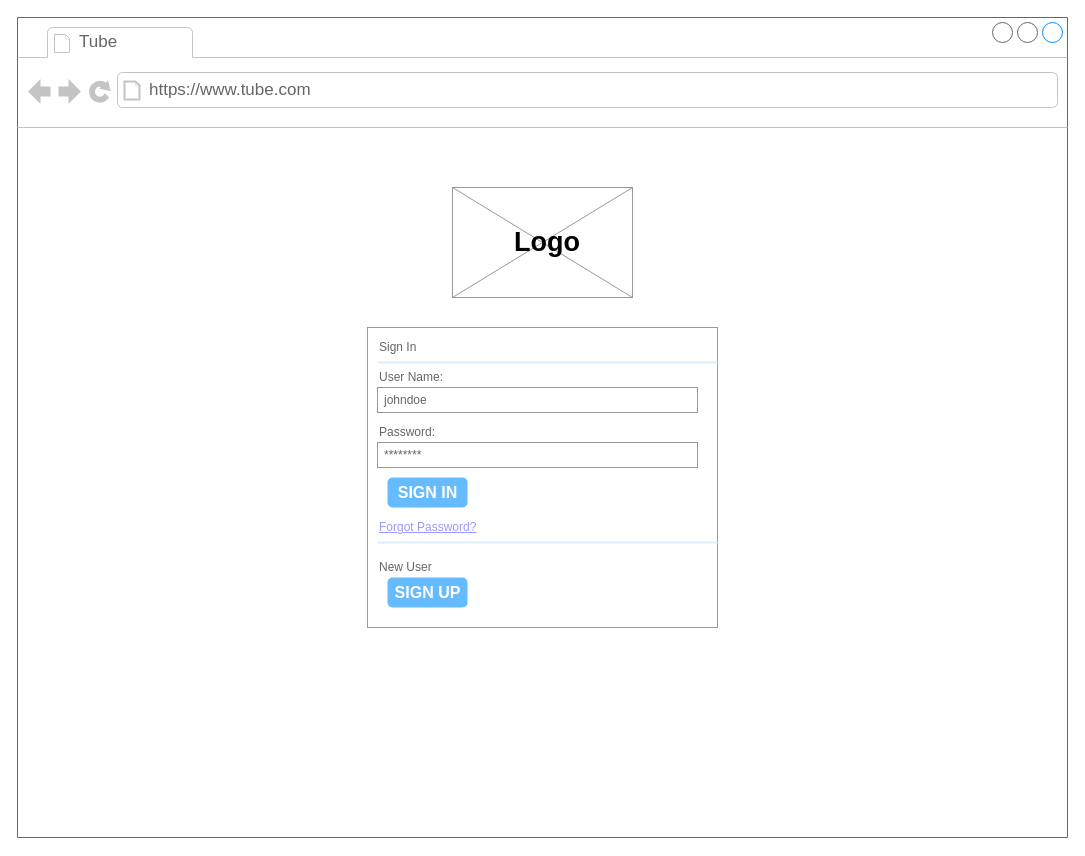
Before: Proyecto/Documentacion/Interfaces/Login.drawio in Victor-martinelli/TADEPD, a draw.io diagram. Source tidied: cells renumbered, new cells numbered last; positions are measured from the earlier drawing's top-left corner, leaving out a move shared by most shapes. Both pictures are drawn from the tidied source at 100%, with x=0, y=0 at pixel (17, 17).
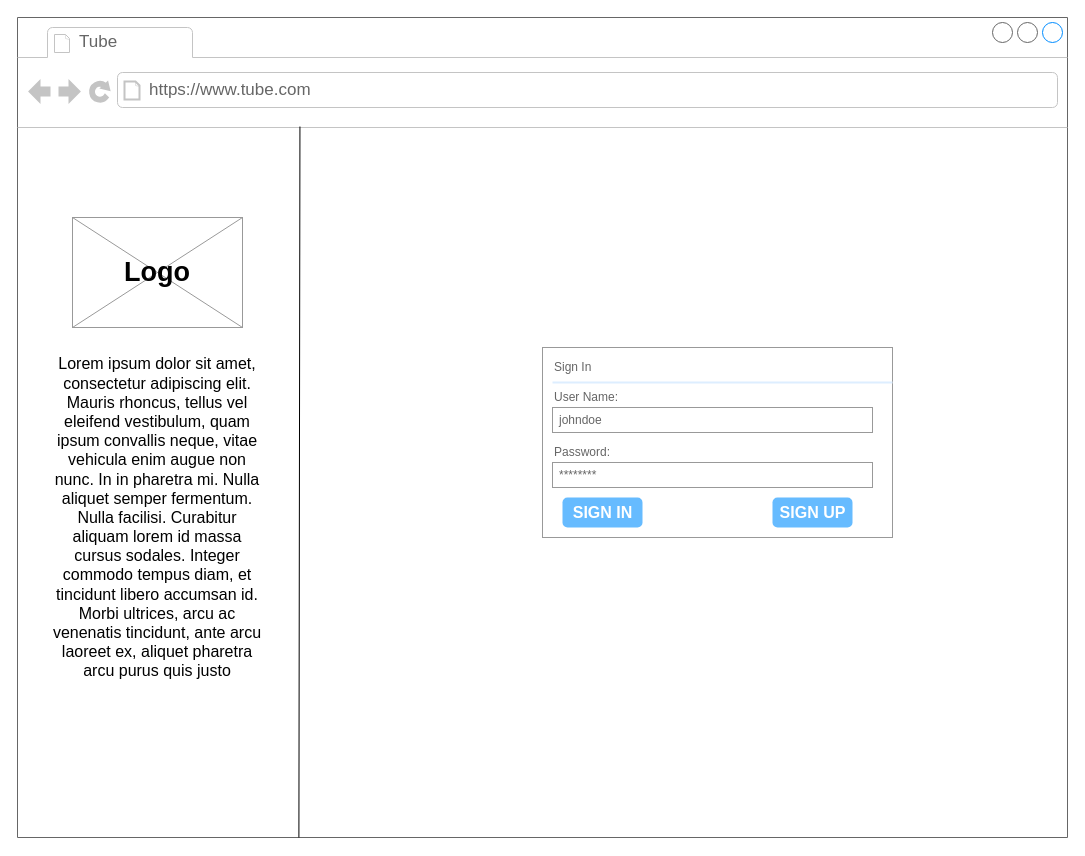
Above is the later version.

The change refers to these unchanged cells:
```xml
<mxCell id="2" style="strokeWidth=1;shadow=0;dashed=0;align=center;html=1;shape=mxgraph.mockup.containers.browserWindow;rSize=0;fillColor=#ffffff;strokeColor=#666666;mainText=,;rounded=0;labelBackgroundColor=none;fontFamily=Verdana;fontSize=12;fontColor=#000000;" parent="1" vertex="1">
  <mxGeometry width="1050" height="820" as="geometry" />
</mxCell>
```

Change to the diagram source:
```diff
@@
     <mxCell id="5" style="verticalLabelPosition=bottom;shadow=0;dashed=0;align=center;html=1;verticalAlign=top;strokeWidth=1;shape=mxgraph.mockup.graphics.simpleIcon;strokeColor=#999999;fillColor=#ffffff;fontSize=16;" parent="2" vertex="1">
-      <mxGeometry x="435" y="170" width="180" height="110" as="geometry" />
+      <mxGeometry x="55" y="200" width="170" height="110" as="geometry" />
     </mxCell>
     <mxCell id="6" value="&lt;div style=&quot;font-size: 27px&quot; align=&quot;center&quot;&gt;&lt;font style=&quot;font-size: 27px&quot;&gt;Logo&lt;/font&gt;&lt;/div&gt;" style="text;html=1;strokeColor=none;fillColor=none;align=left;verticalAlign=middle;whiteSpace=wrap;rounded=0;fontStyle=1;fontSize=18;" parent="2" vertex="1">
-      <mxGeometry x="495" y="215" width="50" height="20" as="geometry" />
+      <mxGeometry x="105" y="245" width="50" height="20" as="geometry" />
     </mxCell>
     <mxCell id="7" style="strokeWidth=1;shadow=0;dashed=0;align=center;html=1;shape=mxgraph.mockup.forms.rrect;rSize=0;strokeColor=#999999;fillColor=#ffffff;labelBackgroundColor=none;fontSize=18;fontColor=#666666;" parent="2" vertex="1">
-      <mxGeometry x="350" y="310" width="350" height="300" as="geometry" />
+      <mxGeometry x="525" y="330" width="350" height="190" as="geometry" />
     </mxCell>
@@
     <mxCell id="14" value="SIGN IN" style="strokeWidth=1;shadow=0;dashed=0;align=center;html=1;shape=mxgraph.mockup.forms.rrect;rSize=5;strokeColor=none;fontColor=#ffffff;fillColor=#66bbff;fontSize=16;fontStyle=1;" parent="7" vertex="1">
       <mxGeometry y="1" width="80" height="30" relative="1" as="geometry">
-        <mxPoint x="20" y="-150" as="offset" />
+        <mxPoint x="20" y="-40" as="offset" />
       </mxGeometry>
     </mxCell>
-    <mxCell id="15" value="Forgot Password?" style="strokeWidth=1;shadow=0;dashed=0;align=center;html=1;shape=mxgraph.mockup.forms.anchor;fontSize=12;fontColor=#9999ff;align=left;spacingLeft=0;fontStyle=4;" parent="7" vertex="1">
-      <mxGeometry y="1" width="262.5" height="20" relative="1" as="geometry">
-        <mxPoint x="10" y="-110" as="offset" />
-      </mxGeometry>
-    </mxCell>
-    <mxCell id="16" style="shape=line;strokeColor=#ddeeff;strokeWidth=2;html=1;" parent="7" vertex="1">
-      <mxGeometry y="1" width="340" height="10" relative="1" as="geometry">
-        <mxPoint x="10" y="-90" as="offset" />
-      </mxGeometry>
-    </mxCell>
-    <mxCell id="17" value="New User" style="strokeWidth=1;shadow=0;dashed=0;align=center;html=1;shape=mxgraph.mockup.forms.anchor;fontSize=12;fontColor=#666666;align=left;spacingLeft=0;" parent="7" vertex="1">
-      <mxGeometry y="1" width="262.5" height="20" relative="1" as="geometry">
-        <mxPoint x="10" y="-70" as="offset" />
-      </mxGeometry>
-    </mxCell>
     <mxCell id="18" value="SIGN UP" style="strokeWidth=1;shadow=0;dashed=0;align=center;html=1;shape=mxgraph.mockup.forms.rrect;rSize=5;strokeColor=none;fontColor=#ffffff;fillColor=#66bbff;fontSize=16;fontStyle=1;" parent="7" vertex="1">
       <mxGeometry y="1" width="80" height="30" relative="1" as="geometry">
-        <mxPoint x="20" y="-50" as="offset" />
+        <mxPoint x="230" y="-40" as="offset" />
       </mxGeometry>
     </mxCell>
+    <mxCell id="19" value="&lt;span&gt;Lorem ipsum dolor sit amet, consectetur adipiscing elit. Mauris rhoncus, tellus vel eleifend vestibulum, quam ipsum convallis neque, vitae vehicula enim augue non nunc. In in pharetra mi. Nulla aliquet semper fermentum. Nulla facilisi. Curabitur aliquam lorem id massa cursus sodales. Integer commodo tempus diam, et tincidunt libero accumsan id. Morbi ultrices, arcu ac venenatis tincidunt, ante arcu laoreet ex, aliquet pharetra arcu purus quis justo&lt;/span&gt;" style="text;html=1;strokeColor=none;fillColor=none;align=center;verticalAlign=middle;whiteSpace=wrap;rounded=0;fontSize=16;" parent="2" vertex="1">
+      <mxGeometry x="30" y="490" width="220" height="20" as="geometry" />
+    </mxCell>
+    <mxCell id="20" style="endArrow=none;html=1;fontSize=16;entryX=0.269;entryY=0.133;entryDx=0;entryDy=0;entryPerimeter=0;exitX=0.268;exitY=1;exitDx=0;exitDy=0;exitPerimeter=0;" parent="1" edge="1" source="2" target="2">
+      <mxGeometry relative="1" as="geometry" />
+    </mxCell>
```
